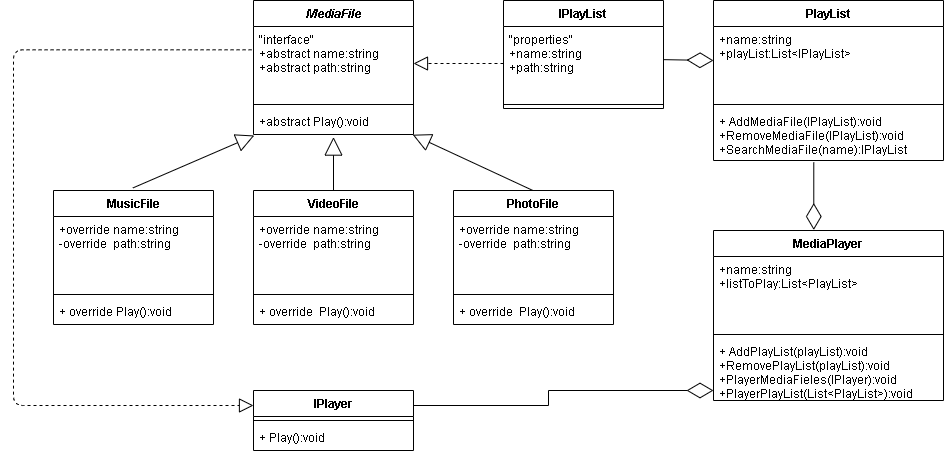
This is Медиатека2_1.png from SePiat/EPAMtraining-, a draw.io export, as it was before one commit. Source tidied: cells renumbered, new cells last; positions are measured from the earlier drawing's top-left corner, leaving out a move shared by most shapes. Its diagram source:
```xml
<mxGraphModel>
  <root>
    <mxCell id="0" />
    <mxCell id="1" parent="0" />
    <mxCell id="2" value="MediaFile" style="swimlane;fontStyle=3;align=center;verticalAlign=top;horizontal=1;startSize=26;" parent="1" vertex="1">
      <mxGeometry x="240" width="160" height="134" as="geometry" />
    </mxCell>
    <mxCell id="3" value="&quot;interface&quot;&#10;+abstract name:string&#10;+abstract path:string&#10;&#10;" style="text;strokeColor=none;fillColor=none;align=left;verticalAlign=top;spacingLeft=4;spacingRight=4;overflow=hidden;points=[[0,0.5],[1,0.5]];portConstraint=eastwest;" parent="2" vertex="1">
      <mxGeometry y="26" width="160" height="74" as="geometry" />
    </mxCell>
    <mxCell id="4" style="line;strokeWidth=1;fillColor=none;align=left;verticalAlign=middle;spacingTop=-1;spacingLeft=3;spacingRight=3;labelPosition=right;" parent="2" vertex="1">
      <mxGeometry y="100" width="160" height="8" as="geometry" />
    </mxCell>
    <mxCell id="5" value="+abstract Play():void" style="text;strokeColor=none;fillColor=none;align=left;verticalAlign=top;spacingLeft=4;spacingRight=4;overflow=hidden;points=[[0,0.5],[1,0.5]];portConstraint=eastwest;" parent="2" vertex="1">
      <mxGeometry y="108" width="160" height="26" as="geometry" />
    </mxCell>
    <mxCell id="6" value="MusicFile" style="swimlane;fontStyle=1;align=center;verticalAlign=top;horizontal=1;startSize=26;" parent="1" vertex="1">
      <mxGeometry x="40" y="190" width="160" height="134" as="geometry" />
    </mxCell>
    <mxCell id="7" value="+override name:string&#10;-override  path:string&#10;" style="text;strokeColor=none;fillColor=none;align=left;verticalAlign=top;spacingLeft=4;spacingRight=4;overflow=hidden;" parent="6" vertex="1">
      <mxGeometry y="26" width="160" height="74" as="geometry" />
    </mxCell>
    <mxCell id="8" style="line;strokeWidth=1;fillColor=none;align=left;verticalAlign=middle;spacingTop=-1;spacingLeft=3;spacingRight=3;labelPosition=right;" parent="6" vertex="1">
      <mxGeometry y="100" width="160" height="8" as="geometry" />
    </mxCell>
    <mxCell id="9" value="+ override Play():void" style="text;strokeColor=none;fillColor=none;align=left;verticalAlign=top;spacingLeft=4;spacingRight=4;overflow=hidden;" parent="6" vertex="1">
      <mxGeometry y="108" width="160" height="26" as="geometry" />
    </mxCell>
    <mxCell id="10" value="VideoFile" style="swimlane;fontStyle=1;align=center;verticalAlign=top;horizontal=1;startSize=26;" parent="1" vertex="1">
      <mxGeometry x="240" y="190" width="160" height="134" as="geometry" />
    </mxCell>
    <mxCell id="11" value="+override name:string&#10;-override  path:string&#10;" style="text;strokeColor=none;fillColor=none;align=left;verticalAlign=top;spacingLeft=4;spacingRight=4;overflow=hidden;" parent="10" vertex="1">
      <mxGeometry y="26" width="160" height="74" as="geometry" />
    </mxCell>
    <mxCell id="12" style="line;strokeWidth=1;fillColor=none;align=left;verticalAlign=middle;spacingTop=-1;spacingLeft=3;spacingRight=3;labelPosition=right;" parent="10" vertex="1">
      <mxGeometry y="100" width="160" height="8" as="geometry" />
    </mxCell>
    <mxCell id="13" value="+ override  Play():void" style="text;strokeColor=none;fillColor=none;align=left;verticalAlign=top;spacingLeft=4;spacingRight=4;overflow=hidden;" parent="10" vertex="1">
      <mxGeometry y="108" width="160" height="26" as="geometry" />
    </mxCell>
    <mxCell id="14" value="PhotoFile" style="swimlane;fontStyle=1;align=center;verticalAlign=top;horizontal=1;startSize=26;" parent="1" vertex="1">
      <mxGeometry x="440" y="190" width="160" height="134" as="geometry" />
    </mxCell>
    <mxCell id="15" value="+override name:string&#10;-override  path:string&#10;" style="text;strokeColor=none;fillColor=none;align=left;verticalAlign=top;spacingLeft=4;spacingRight=4;overflow=hidden;" parent="14" vertex="1">
      <mxGeometry y="26" width="160" height="74" as="geometry" />
    </mxCell>
    <mxCell id="16" style="line;strokeWidth=1;fillColor=none;align=left;verticalAlign=middle;spacingTop=-1;spacingLeft=3;spacingRight=3;labelPosition=right;" parent="14" vertex="1">
      <mxGeometry y="100" width="160" height="8" as="geometry" />
    </mxCell>
    <mxCell id="17" value="+ override  Play():void" style="text;strokeColor=none;fillColor=none;align=left;verticalAlign=top;spacingLeft=4;spacingRight=4;overflow=hidden;" parent="14" vertex="1">
      <mxGeometry y="108" width="160" height="26" as="geometry" />
    </mxCell>
    <mxCell id="18" style="endArrow=block;endSize=16;endFill=0;html=1;entryX=0.5;entryY=1.099;entryDx=0;entryDy=0;entryPerimeter=0;exitX=0.5;exitY=0;exitDx=0;exitDy=0;" parent="1" edge="1" source="10" target="5">
      <mxGeometry relative="1" as="geometry" />
    </mxCell>
    <mxCell id="19" style="endArrow=block;endSize=16;endFill=0;html=1;entryX=0.005;entryY=1.038;entryDx=0;entryDy=0;entryPerimeter=0;exitX=0.5;exitY=0;exitDx=0;exitDy=0;" parent="1" edge="1" target="5">
      <mxGeometry relative="1" as="geometry">
        <mxPoint x="119.4" y="187.4" as="sourcePoint" />
      </mxGeometry>
    </mxCell>
    <mxCell id="20" style="endArrow=block;endSize=16;endFill=0;html=1;entryX=0.995;entryY=1.008;entryDx=0;entryDy=0;entryPerimeter=0;exitX=0.5;exitY=0;exitDx=0;exitDy=0;" parent="1" edge="1" target="5">
      <mxGeometry relative="1" as="geometry">
        <mxPoint x="519.4" y="190" as="sourcePoint" />
      </mxGeometry>
    </mxCell>
    <mxCell id="21" value="PlayList" style="swimlane;fontStyle=1;align=center;verticalAlign=top;horizontal=1;startSize=26;" parent="1" vertex="1">
      <mxGeometry x="700" width="230" height="160" as="geometry" />
    </mxCell>
    <mxCell id="22" value="+name:string&#10;+playList:List&lt;IPlayList&gt;" style="text;strokeColor=none;fillColor=none;align=left;verticalAlign=top;spacingLeft=4;spacingRight=4;overflow=hidden;points=[[0,0.5],[1,0.5]];portConstraint=eastwest;" parent="21" vertex="1">
      <mxGeometry y="26" width="230" height="74" as="geometry" />
    </mxCell>
    <mxCell id="23" style="line;strokeWidth=1;fillColor=none;align=left;verticalAlign=middle;spacingTop=-1;spacingLeft=3;spacingRight=3;labelPosition=right;" parent="21" vertex="1">
      <mxGeometry y="100" width="230" height="8" as="geometry" />
    </mxCell>
    <mxCell id="24" value="+ AddMediaFile(IPlayList):void&#10;+RemoveMediaFile(IPlayList):void&#10;+SearchMediaFile(name):IPlayList" style="text;strokeColor=none;fillColor=none;align=left;verticalAlign=top;spacingLeft=4;spacingRight=4;overflow=hidden;points=[[0,0.5],[1,0.5]];portConstraint=eastwest;" parent="21" vertex="1">
      <mxGeometry y="108" width="230" height="52" as="geometry" />
    </mxCell>
    <mxCell id="25" value="MediaPlayer&#10;" style="swimlane;fontStyle=1;align=center;verticalAlign=top;horizontal=1;startSize=26;" parent="1" vertex="1">
      <mxGeometry x="700" y="230" width="230" height="170" as="geometry" />
    </mxCell>
    <mxCell id="26" value="+name:string&#10;+listToPlay:List&lt;PlayList&gt;" style="text;strokeColor=none;fillColor=none;align=left;verticalAlign=top;spacingLeft=4;spacingRight=4;overflow=hidden;" parent="25" vertex="1">
      <mxGeometry y="26" width="230" height="74" as="geometry" />
    </mxCell>
    <mxCell id="27" style="line;strokeWidth=1;fillColor=none;align=left;verticalAlign=middle;spacingTop=-1;spacingLeft=3;spacingRight=3;labelPosition=right;" parent="25" vertex="1">
      <mxGeometry y="100" width="230" height="8" as="geometry" />
    </mxCell>
    <mxCell id="28" value="+ AddPlayList(playList):void&#10;+RemovePlayList(playList):void&#10;+PlayerMediaFieles(IPlayer):void&#10;+PlayerPlayList(List&lt;PlayList&gt;):void" style="text;strokeColor=none;fillColor=none;align=left;verticalAlign=top;spacingLeft=4;spacingRight=4;overflow=hidden;points=[[0,0.5],[1,0.5]];portConstraint=eastwest;" parent="25" vertex="1">
      <mxGeometry y="108" width="230" height="62" as="geometry" />
    </mxCell>
    <mxCell id="29" style="edgeStyle=orthogonalEdgeStyle;rounded=0;jettySize=auto;html=1;exitX=1;exitY=0.25;exitDx=0;exitDy=0;endArrow=none;endFill=0;" parent="1" edge="1" source="30">
      <mxGeometry relative="1" as="geometry">
        <mxPoint x="670" y="390" as="targetPoint" />
      </mxGeometry>
    </mxCell>
    <mxCell id="30" value="IPlayer&#10;" style="swimlane;fontStyle=1;align=center;verticalAlign=top;horizontal=1;startSize=26;" parent="1" vertex="1">
      <mxGeometry x="240" y="390" width="160" height="60" as="geometry" />
    </mxCell>
    <mxCell id="31" style="line;strokeWidth=1;fillColor=none;align=left;verticalAlign=middle;spacingTop=-1;spacingLeft=3;spacingRight=3;labelPosition=right;" parent="30" vertex="1">
      <mxGeometry y="26" width="160" height="8" as="geometry" />
    </mxCell>
    <mxCell id="32" value="+ Play():void" style="text;strokeColor=none;fillColor=none;align=left;verticalAlign=top;spacingLeft=4;spacingRight=4;overflow=hidden;" parent="30" vertex="1">
      <mxGeometry y="34" width="160" height="26" as="geometry" />
    </mxCell>
    <mxCell id="33" style="endArrow=block;dashed=1;endFill=0;endSize=12;html=1;entryX=0;entryY=0.25;entryDx=0;entryDy=0;edgeStyle=orthogonalEdgeStyle;exitX=-0.012;exitY=0.315;exitDx=0;exitDy=0;exitPerimeter=0;" parent="1" edge="1" source="3" target="30">
      <mxGeometry relative="1" as="geometry">
        <Array as="points">
          <mxPoint y="49" />
          <mxPoint y="405" />
        </Array>
      </mxGeometry>
    </mxCell>
    <mxCell id="34" style="endArrow=diamondThin;endFill=0;endSize=24;html=1;entryX=0.436;entryY=-0.003;entryDx=0;entryDy=0;entryPerimeter=0;exitX=0.436;exitY=1.037;exitDx=0;exitDy=0;exitPerimeter=0;" parent="1" edge="1" source="24" target="25">
      <mxGeometry relative="1" as="geometry" />
    </mxCell>
    <mxCell id="35" value="IPlayList" style="swimlane;fontStyle=1;align=center;verticalAlign=top;horizontal=1;startSize=26;" parent="1" vertex="1">
      <mxGeometry x="490" width="160" height="108" as="geometry" />
    </mxCell>
    <mxCell id="36" value="&quot;properties&quot;&#10;+name:string&#10;+path:string" style="text;strokeColor=none;fillColor=none;align=left;verticalAlign=top;spacingLeft=4;spacingRight=4;overflow=hidden;points=[[0,0.5],[1,0.5]];portConstraint=eastwest;" parent="35" vertex="1">
      <mxGeometry y="26" width="160" height="74" as="geometry" />
    </mxCell>
    <mxCell id="37" style="line;strokeWidth=1;fillColor=none;align=left;verticalAlign=middle;spacingTop=-1;spacingLeft=3;spacingRight=3;labelPosition=right;" parent="35" vertex="1">
      <mxGeometry y="100" width="160" height="8" as="geometry" />
    </mxCell>
    <mxCell id="38" style="endArrow=block;dashed=1;endFill=0;endSize=12;html=1;entryX=1;entryY=0.5;entryDx=0;entryDy=0;exitX=0;exitY=0.5;exitDx=0;exitDy=0;" parent="1" edge="1" source="36" target="3">
      <mxGeometry relative="1" as="geometry" />
    </mxCell>
    <mxCell id="39" style="endArrow=diamondThin;endFill=0;endSize=24;html=1;exitX=1.002;exitY=0.448;exitDx=0;exitDy=0;exitPerimeter=0;" parent="1" edge="1" source="36">
      <mxGeometry relative="1" as="geometry">
        <mxPoint x="700" y="60" as="targetPoint" />
      </mxGeometry>
    </mxCell>
    <mxCell id="40" style="endArrow=diamondThin;endFill=0;endSize=24;html=1;" parent="1" edge="1">
      <mxGeometry relative="1" as="geometry">
        <mxPoint x="620" y="390" as="sourcePoint" />
        <mxPoint x="700" y="390" as="targetPoint" />
      </mxGeometry>
    </mxCell>
  </root>
</mxGraphModel>
```
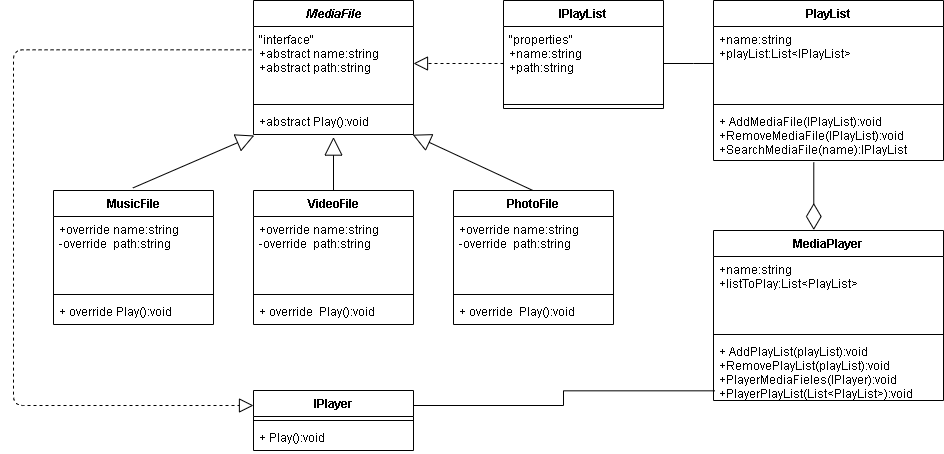
The same file after the commit.

The edit, as a diff of the source:
```diff
@@ -87,10 +87,8 @@
     <mxCell id="28" value="+ AddPlayList(playList):void&#10;+RemovePlayList(playList):void&#10;+PlayerMediaFieles(IPlayer):void&#10;+PlayerPlayList(List&lt;PlayList&gt;):void" style="text;strokeColor=none;fillColor=none;align=left;verticalAlign=top;spacingLeft=4;spacingRight=4;overflow=hidden;points=[[0,0.5],[1,0.5]];portConstraint=eastwest;" parent="25" vertex="1">
       <mxGeometry y="108" width="230" height="62" as="geometry" />
     </mxCell>
-    <mxCell id="29" style="edgeStyle=orthogonalEdgeStyle;rounded=0;jettySize=auto;html=1;exitX=1;exitY=0.25;exitDx=0;exitDy=0;endArrow=none;endFill=0;" parent="1" edge="1" source="30">
-      <mxGeometry relative="1" as="geometry">
-        <mxPoint x="670" y="390" as="targetPoint" />
-      </mxGeometry>
+    <mxCell id="29" style="edgeStyle=orthogonalEdgeStyle;rounded=0;jettySize=auto;html=1;exitX=1;exitY=0.25;exitDx=0;exitDy=0;entryX=0.006;entryY=0.844;entryDx=0;entryDy=0;entryPerimeter=0;endArrow=none;endFill=0;" parent="1" edge="1" source="30" target="28">
+      <mxGeometry relative="1" as="geometry" />
     </mxCell>
     <mxCell id="30" value="IPlayer&#10;" style="swimlane;fontStyle=1;align=center;verticalAlign=top;horizontal=1;startSize=26;" parent="1" vertex="1">
       <mxGeometry x="240" y="390" width="160" height="60" as="geometry" />
@@ -124,16 +122,13 @@
     <mxCell id="38" style="endArrow=block;dashed=1;endFill=0;endSize=12;html=1;entryX=1;entryY=0.5;entryDx=0;entryDy=0;exitX=0;exitY=0.5;exitDx=0;exitDy=0;" parent="1" edge="1" source="36" target="3">
       <mxGeometry relative="1" as="geometry" />
     </mxCell>
-    <mxCell id="39" style="endArrow=diamondThin;endFill=0;endSize=24;html=1;exitX=1.002;exitY=0.448;exitDx=0;exitDy=0;exitPerimeter=0;" parent="1" edge="1" source="36">
-      <mxGeometry relative="1" as="geometry">
-        <mxPoint x="700" y="60" as="targetPoint" />
-      </mxGeometry>
-    </mxCell>
-    <mxCell id="40" style="endArrow=diamondThin;endFill=0;endSize=24;html=1;" parent="1" edge="1">
-      <mxGeometry relative="1" as="geometry">
-        <mxPoint x="620" y="390" as="sourcePoint" />
-        <mxPoint x="700" y="390" as="targetPoint" />
-      </mxGeometry>
-    </mxCell>
+    <mxCell id="41" style="edgeStyle=orthogonalEdgeStyle;rounded=0;jettySize=auto;html=1;endArrow=none;endFill=0;entryX=0;entryY=0.5;entryDx=0;entryDy=0;exitX=1;exitY=0.5;exitDx=0;exitDy=0;" parent="1" edge="1" source="36" target="22">
+      <mxGeometry relative="1" as="geometry">
+        <Array as="points">
+          <mxPoint x="680" y="63" />
+          <mxPoint x="680" y="63" />
+        </Array>
+      </mxGeometry>
+    </mxCell>
   </root>
 </mxGraphModel>
```
